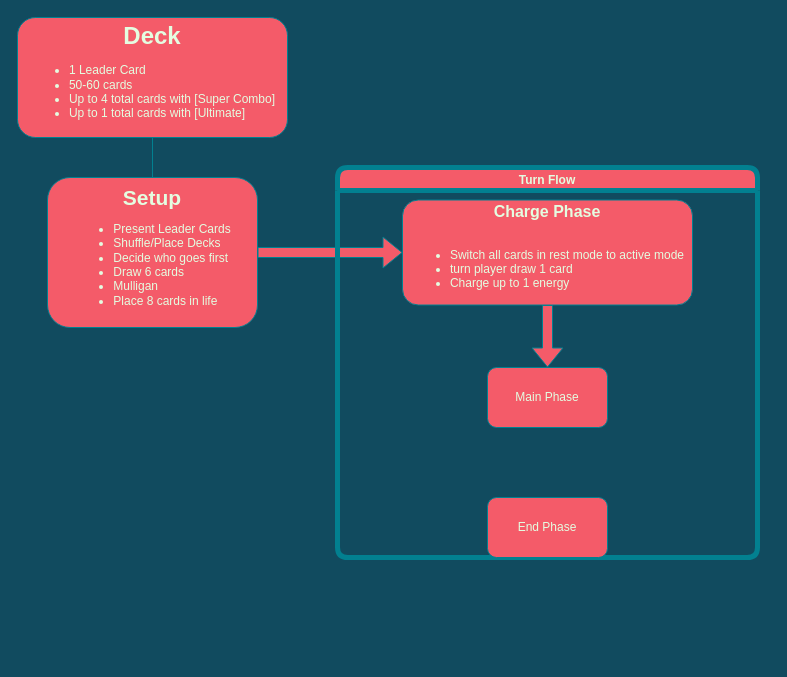
Earlier version of the draw.io diagram page "Base Game Timing" (1 of 4) of diagrams/timing.drawio (Slamerz/Dragon-Ball-Super-Rulings). Source tidied: cells renumbered, new cells numbered last; positions are measured from the earlier drawing's top-left corner, leaving out a move shared by most shapes. Both pictures are drawn from the tidied source at 100%, with x=0, y=0 at pixel (17, 17).
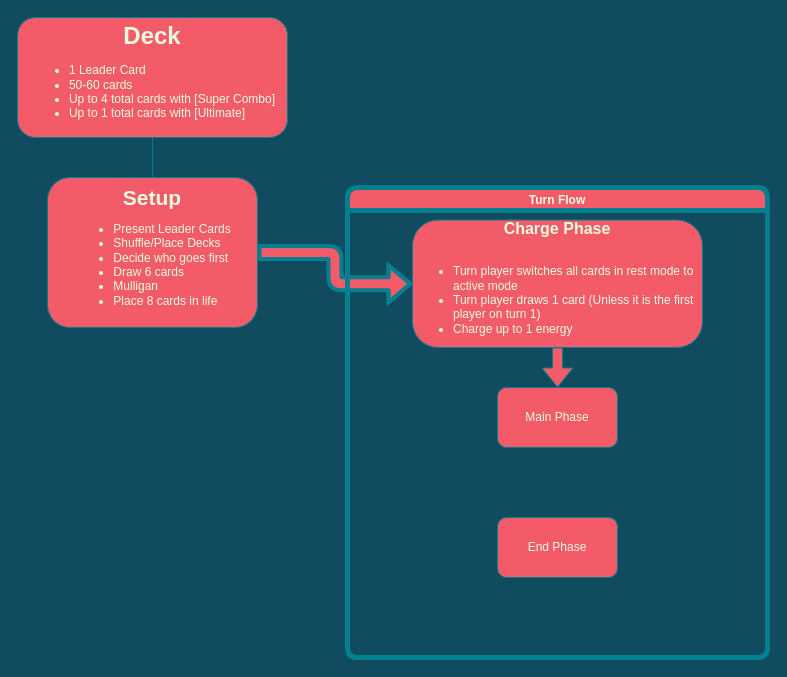
After the change.

Commit message:
Update timing.drawio Added Charge Phase

The edit, as a diff of the source:
```diff
@@
 <mxGraphModel background="#114B5F">
   <root>
     <mxCell id="0" />
     <mxCell id="1" parent="0" />
-    <mxCell id="2" style="edgeStyle=orthogonalEdgeStyle;jettySize=auto;html=1;fontColor=#E4FDE1;strokeColor=#028090;fillColor=#F45B69;shape=flexArrow;labelBackgroundColor=#114B5F;" parent="1" edge="1" source="3" target="8">
+    <mxCell id="2" style="edgeStyle=orthogonalEdgeStyle;shape=flexArrow;jettySize=auto;html=1;exitX=1;exitY=0.5;exitDx=0;exitDy=0;entryX=0;entryY=0.5;entryDx=0;entryDy=0;fontColor=#FFFFFF;strokeColor=#028090;strokeWidth=4;fillColor=#F45B69;" parent="1" edge="1" source="3" target="8">
       <mxGeometry relative="1" as="geometry" />
     </mxCell>
     <mxCell id="3" value="&lt;b style=&quot;font-size: 21px&quot;&gt;Setup&lt;/b&gt;&lt;br&gt;&lt;div&gt;&lt;ul&gt;&lt;li style=&quot;text-align: left&quot;&gt;Present Leader Cards&lt;/li&gt;&lt;li style=&quot;text-align: left&quot;&gt;Shuffle/Place Decks&lt;/li&gt;&lt;li style=&quot;text-align: left&quot;&gt;Decide who goes first&lt;/li&gt;&lt;li style=&quot;text-align: left&quot;&gt;Draw 6 cards&lt;/li&gt;&lt;li style=&quot;text-align: left&quot;&gt;Mulligan&lt;/li&gt;&lt;li style=&quot;text-align: left&quot;&gt;Place 8 cards in life&amp;nbsp;&lt;/li&gt;&lt;/ul&gt;&lt;/div&gt;" style="whiteSpace=wrap;html=1;fontColor=#E4FDE1;strokeColor=#028090;fillColor=#F45B69;align=center;rounded=1;" parent="1" vertex="1">
       <mxGeometry x="30" y="160" width="210" height="150" as="geometry" />
     </mxCell>
     <mxCell id="4" style="edgeStyle=orthogonalEdgeStyle;jettySize=auto;html=1;endArrow=none;endFill=0;strokeColor=#028090;fontColor=#E4FDE1;labelBackgroundColor=#114B5F;" parent="1" edge="1" source="5" target="3">
       <mxGeometry relative="1" as="geometry" />
     </mxCell>
     <mxCell id="5" value="&lt;font size=&quot;1&quot;&gt;&lt;b style=&quot;font-size: 24px&quot;&gt;Deck&lt;/b&gt;&lt;/font&gt;&lt;br&gt;&lt;ul&gt;&lt;li style=&quot;text-align: left&quot;&gt;1 Leader Card&lt;/li&gt;&lt;li style=&quot;text-align: left&quot;&gt;50-60 cards&lt;/li&gt;&lt;li style=&quot;text-align: left&quot;&gt;Up to 4 total cards with [Super Combo]&lt;/li&gt;&lt;li style=&quot;text-align: left&quot;&gt;Up to 1 total cards with [Ultimate]&lt;/li&gt;&lt;/ul&gt;" style="whiteSpace=wrap;html=1;fontColor=#E4FDE1;strokeColor=#028090;fillColor=#F45B69;align=center;rounded=1;" parent="1" vertex="1">
       <mxGeometry width="270" height="120" as="geometry" />
     </mxCell>
     <mxCell id="6" value="Turn Flow" style="swimlane;fillColor=#F45B69;strokeColor=#028090;fontColor=#E4FDE1;rounded=1;strokeWidth=5;" parent="1" vertex="1">
-      <mxGeometry x="320" y="150" width="420" height="390" as="geometry" />
+      <mxGeometry x="330" y="170" width="420" height="470" as="geometry" />
     </mxCell>
     <mxCell id="7" style="edgeStyle=orthogonalEdgeStyle;shape=flexArrow;jettySize=auto;html=1;endArrow=block;endFill=0;strokeColor=#028090;fontColor=#E4FDE1;fillColor=#F45B69;labelBackgroundColor=#114B5F;" parent="6" edge="1" source="8" target="10">
       <mxGeometry relative="1" as="geometry" />
     </mxCell>
-    <mxCell id="8" value="&lt;b&gt;&lt;font style=&quot;font-size: 16px&quot;&gt;Charge Phase&lt;/font&gt;&lt;/b&gt;&lt;br&gt;&lt;br&gt;&lt;div&gt;&lt;ul&gt;&lt;li style=&quot;text-align: left&quot;&gt;Switch all cards in rest mode to active mode&lt;/li&gt;&lt;li style=&quot;text-align: left&quot;&gt;turn player draw 1 card&lt;/li&gt;&lt;li style=&quot;text-align: left&quot;&gt;Charge up to 1 energy&lt;/li&gt;&lt;/ul&gt;&lt;/div&gt;" style="whiteSpace=wrap;html=1;fontColor=#E4FDE1;strokeColor=#028090;fillColor=#F45B69;rounded=1;" parent="6" vertex="1">
-      <mxGeometry x="65" y="32.5" width="290" height="105" as="geometry" />
+    <mxCell id="8" value="&lt;b&gt;&lt;font style=&quot;font-size: 16px&quot;&gt;Charge Phase&lt;/font&gt;&lt;/b&gt;&lt;br&gt;&lt;br&gt;&lt;div&gt;&lt;ul&gt;&lt;li style=&quot;text-align: left&quot;&gt;Turn player switches all cards in rest mode to active mode&lt;/li&gt;&lt;li style=&quot;text-align: left&quot;&gt;Turn player draws 1 card (Unless it is the first player on turn 1)&lt;/li&gt;&lt;li style=&quot;text-align: left&quot;&gt;Charge up to 1 energy&lt;/li&gt;&lt;/ul&gt;&lt;/div&gt;" style="whiteSpace=wrap;html=1;fontColor=#E4FDE1;strokeColor=#028090;fillColor=#F45B69;rounded=1;arcSize=20;" parent="6" vertex="1">
+      <mxGeometry x="65" y="32.5" width="290" height="127.5" as="geometry" />
     </mxCell>
     <mxCell id="9" value="End Phase" style="whiteSpace=wrap;html=1;fontColor=#E4FDE1;strokeColor=#028090;fillColor=#F45B69;rounded=1;" parent="6" vertex="1">
       <mxGeometry x="150" y="330" width="120" height="60" as="geometry" />
     </mxCell>
     <mxCell id="10" value="Main Phase" style="whiteSpace=wrap;html=1;fontColor=#E4FDE1;strokeColor=#028090;fillColor=#F45B69;rounded=1;" parent="6" vertex="1">
       <mxGeometry x="150" y="200" width="120" height="60" as="geometry" />
     </mxCell>
   </root>
 </mxGraphModel>
```
